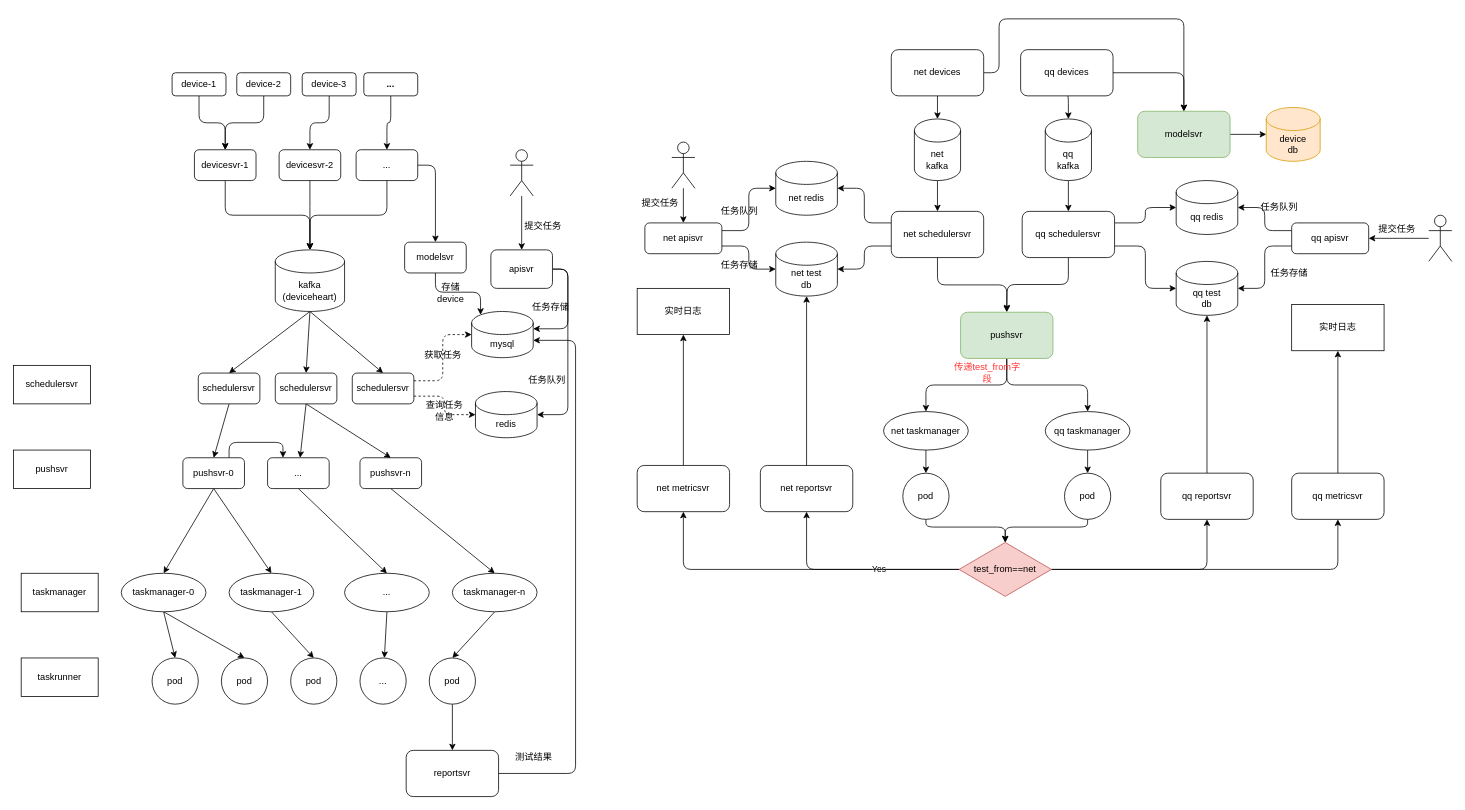
Earlier version of the draw.io diagram 云测调度流程.drawio (zhufuyin/draw). Source tidied: cells renumbered, new cells numbered last; positions are measured from the earlier drawing's top-left corner, leaving out a move shared by most shapes. Both pictures are drawn from the tidied source at 77%, with x=0, y=0 at pixel (13, 18).
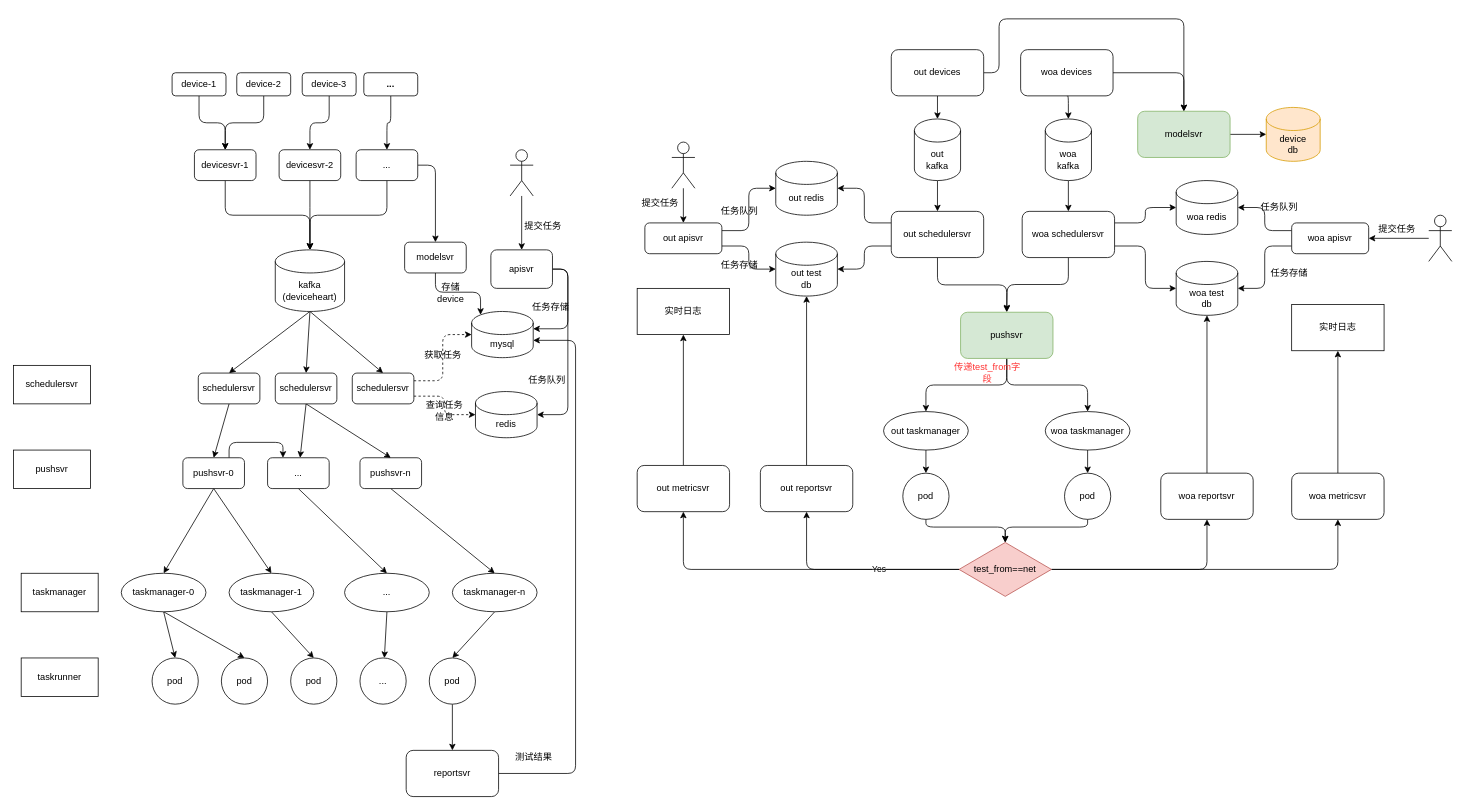
After the change.

Commit message:
更新云测调度流程.drawio

What changed in the source:
```diff
@@
-    <mxCell id="76" value="net devices" style="rounded=1;whiteSpace=wrap;html=1;" parent="1" vertex="1">
+    <mxCell id="76" value="out devices" style="rounded=1;whiteSpace=wrap;html=1;" parent="1" vertex="1">
       <mxGeometry x="1140" y="40" width="120" height="60" as="geometry" />
     </mxCell>
@@
-    <mxCell id="79" value="qq devices" style="rounded=1;whiteSpace=wrap;html=1;" parent="1" vertex="1">
+    <mxCell id="79" value="woa devices" style="rounded=1;whiteSpace=wrap;html=1;" parent="1" vertex="1">
       <mxGeometry x="1308" y="40" width="120" height="60" as="geometry" />
     </mxCell>
@@
-    <mxCell id="83" value="net&lt;br&gt;kafka" style="shape=cylinder3;whiteSpace=wrap;html=1;boundedLbl=1;backgroundOutline=1;size=15;" parent="1" vertex="1">
+    <mxCell id="83" value="out&lt;br&gt;kafka" style="shape=cylinder3;whiteSpace=wrap;html=1;boundedLbl=1;backgroundOutline=1;size=15;" parent="1" vertex="1">
       <mxGeometry x="1170" y="130" width="60" height="80" as="geometry" />
     </mxCell>
@@
-    <mxCell id="86" value="qq&lt;br&gt;kafka" style="shape=cylinder3;whiteSpace=wrap;html=1;boundedLbl=1;backgroundOutline=1;size=15;" parent="1" vertex="1">
+    <mxCell id="86" value="woa&lt;br&gt;kafka" style="shape=cylinder3;whiteSpace=wrap;html=1;boundedLbl=1;backgroundOutline=1;size=15;" parent="1" vertex="1">
       <mxGeometry x="1340" y="130" width="60" height="80" as="geometry" />
     </mxCell>
@@
-    <mxCell id="90" value="net schedulersvr" style="rounded=1;whiteSpace=wrap;html=1;" parent="1" vertex="1">
+    <mxCell id="90" value="out schedulersvr" style="rounded=1;whiteSpace=wrap;html=1;" parent="1" vertex="1">
       <mxGeometry x="1140" y="250" width="120" height="60" as="geometry" />
     </mxCell>
@@
-    <mxCell id="94" value="qq schedulersvr" style="rounded=1;whiteSpace=wrap;html=1;" parent="1" vertex="1">
+    <mxCell id="94" value="woa schedulersvr" style="rounded=1;whiteSpace=wrap;html=1;" parent="1" vertex="1">
       <mxGeometry x="1310" y="250" width="120" height="60" as="geometry" />
     </mxCell>
@@
-    <mxCell id="99" value="net taskmanager" style="ellipse;whiteSpace=wrap;html=1;" parent="1" vertex="1">
+    <mxCell id="99" value="out taskmanager" style="ellipse;whiteSpace=wrap;html=1;" parent="1" vertex="1">
       <mxGeometry x="1130" y="510" width="110" height="50" as="geometry" />
     </mxCell>
@@
-    <mxCell id="101" value="qq taskmanager" style="ellipse;whiteSpace=wrap;html=1;" parent="1" vertex="1">
+    <mxCell id="101" value="woa taskmanager" style="ellipse;whiteSpace=wrap;html=1;" parent="1" vertex="1">
       <mxGeometry x="1340" y="510" width="110" height="50" as="geometry" />
     </mxCell>
@@
-    <mxCell id="106" value="qq test&lt;br&gt;db" style="shape=cylinder3;whiteSpace=wrap;html=1;boundedLbl=1;backgroundOutline=1;size=15;" parent="1" vertex="1">
+    <mxCell id="106" value="woa test&lt;br&gt;db" style="shape=cylinder3;whiteSpace=wrap;html=1;boundedLbl=1;backgroundOutline=1;size=15;" parent="1" vertex="1">
       <mxGeometry x="1510" y="315" width="80" height="70" as="geometry" />
     </mxCell>
-    <mxCell id="107" value="net test&lt;br&gt;db" style="shape=cylinder3;whiteSpace=wrap;html=1;boundedLbl=1;backgroundOutline=1;size=15;" parent="1" vertex="1">
+    <mxCell id="107" value="out test&lt;br&gt;db" style="shape=cylinder3;whiteSpace=wrap;html=1;boundedLbl=1;backgroundOutline=1;size=15;" parent="1" vertex="1">
       <mxGeometry x="990" y="290" width="80" height="70" as="geometry" />
     </mxCell>
@@
-    <mxCell id="115" value="net reportsvr" style="rounded=1;whiteSpace=wrap;html=1;" parent="1" vertex="1">
+    <mxCell id="115" value="out reportsvr" style="rounded=1;whiteSpace=wrap;html=1;" parent="1" vertex="1">
       <mxGeometry x="970" y="580" width="120" height="60" as="geometry" />
     </mxCell>
-    <mxCell id="116" value="net redis" style="shape=cylinder3;whiteSpace=wrap;html=1;boundedLbl=1;backgroundOutline=1;size=15;" parent="1" vertex="1">
+    <mxCell id="116" value="out redis" style="shape=cylinder3;whiteSpace=wrap;html=1;boundedLbl=1;backgroundOutline=1;size=15;" parent="1" vertex="1">
       <mxGeometry x="990" y="185" width="80" height="70" as="geometry" />
     </mxCell>
-    <mxCell id="117" value="qq redis" style="shape=cylinder3;whiteSpace=wrap;html=1;boundedLbl=1;backgroundOutline=1;size=15;" parent="1" vertex="1">
+    <mxCell id="117" value="woa redis" style="shape=cylinder3;whiteSpace=wrap;html=1;boundedLbl=1;backgroundOutline=1;size=15;" parent="1" vertex="1">
       <mxGeometry x="1510" y="210" width="80" height="70" as="geometry" />
     </mxCell>
@@
-    <mxCell id="120" value="net apisvr" style="rounded=1;whiteSpace=wrap;html=1;" parent="1" vertex="1">
+    <mxCell id="120" value="out&amp;nbsp;apisvr" style="rounded=1;whiteSpace=wrap;html=1;" parent="1" vertex="1">
       <mxGeometry x="820" y="265" width="100" height="40" as="geometry" />
     </mxCell>
@@
-    <mxCell id="123" value="qq apisvr" style="rounded=1;whiteSpace=wrap;html=1;" parent="1" vertex="1">
+    <mxCell id="123" value="woa apisvr" style="rounded=1;whiteSpace=wrap;html=1;" parent="1" vertex="1">
       <mxGeometry x="1660" y="265" width="100" height="40" as="geometry" />
     </mxCell>
@@
-    <mxCell id="135" value="qq reportsvr" style="rounded=1;whiteSpace=wrap;html=1;" parent="1" vertex="1">
+    <mxCell id="135" value="woa reportsvr" style="rounded=1;whiteSpace=wrap;html=1;" parent="1" vertex="1">
       <mxGeometry x="1490" y="590" width="120" height="60" as="geometry" />
     </mxCell>
@@
-    <mxCell id="137" value="qq metricsvr" style="rounded=1;whiteSpace=wrap;html=1;" parent="1" vertex="1">
+    <mxCell id="137" value="woa metricsvr" style="rounded=1;whiteSpace=wrap;html=1;" parent="1" vertex="1">
       <mxGeometry x="1660" y="590" width="120" height="60" as="geometry" />
     </mxCell>
@@
-    <mxCell id="139" value="net metricsvr" style="rounded=1;whiteSpace=wrap;html=1;" parent="1" vertex="1">
+    <mxCell id="139" value="out metricsvr" style="rounded=1;whiteSpace=wrap;html=1;" parent="1" vertex="1">
       <mxGeometry x="810" y="580" width="120" height="60" as="geometry" />
     </mxCell>
```
